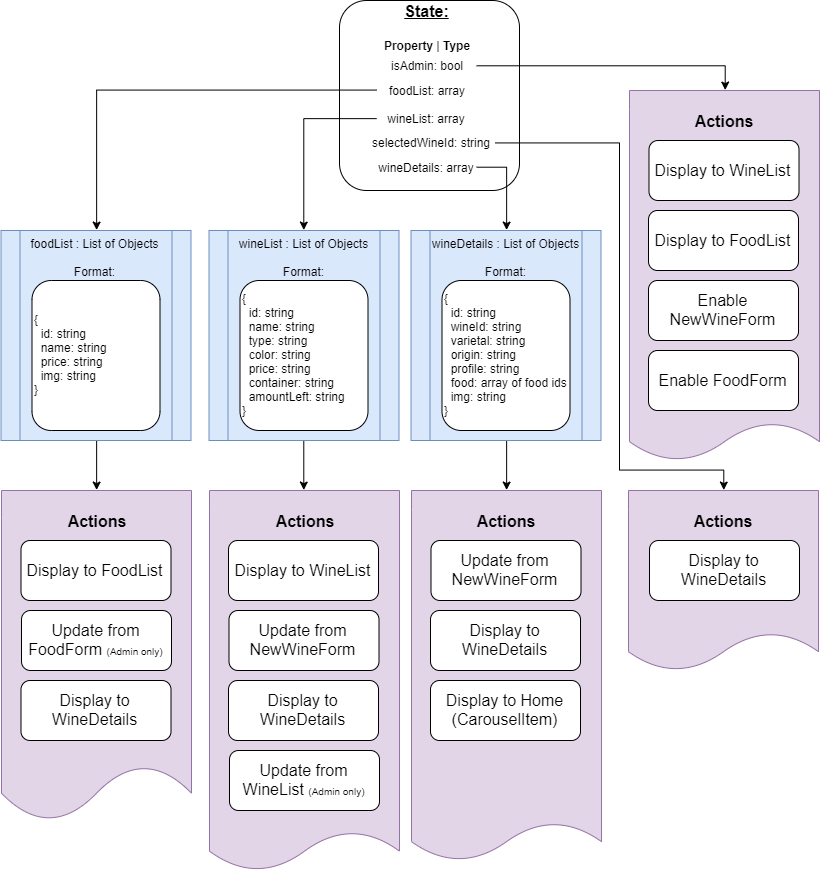
The draw.io diagram src/assets/references/Why-Not-Wine_Data-Structure.png in christinelfrank16/why-not-wine, before a commit. Source tidied: cells renumbered, new cells last; positions are measured from the earlier drawing's top-left corner, leaving out a move shared by most shapes. The source it was exported from:
```xml
<mxGraphModel>
  <root>
    <mxCell id="0" />
    <mxCell id="1" parent="0" />
    <mxCell id="2" style="rounded=1;whiteSpace=wrap;html=1;" parent="1" vertex="1">
      <mxGeometry x="338" width="180" height="190" as="geometry" />
    </mxCell>
    <mxCell id="3" value="State:" style="text;html=1;strokeColor=none;fillColor=none;align=center;verticalAlign=middle;whiteSpace=wrap;rounded=0;fontSize=16;fontStyle=5;" parent="1" vertex="1">
      <mxGeometry x="405" width="40" height="20" as="geometry" />
    </mxCell>
    <mxCell id="4" style="edgeStyle=orthogonalEdgeStyle;rounded=0;jettySize=auto;html=1;exitX=1;exitY=0.5;exitDx=0;exitDy=0;entryX=0.5;entryY=0;entryDx=0;entryDy=0;fontSize=16;" parent="1" edge="1" source="5" target="38">
      <mxGeometry relative="1" as="geometry" />
    </mxCell>
    <mxCell id="5" value="isAdmin: bool" style="text;html=1;strokeColor=none;fillColor=none;align=center;verticalAlign=middle;whiteSpace=wrap;rounded=0;" parent="1" vertex="1">
      <mxGeometry x="375" y="55" width="100" height="20" as="geometry" />
    </mxCell>
    <mxCell id="6" value="&lt;b&gt;Property &lt;/b&gt;| &lt;b&gt;Type&lt;/b&gt;" style="text;html=1;strokeColor=none;fillColor=none;align=center;verticalAlign=middle;whiteSpace=wrap;rounded=0;" parent="1" vertex="1">
      <mxGeometry x="375" y="35" width="100" height="20" as="geometry" />
    </mxCell>
    <mxCell id="7" style="edgeStyle=orthogonalEdgeStyle;rounded=0;jettySize=auto;html=1;exitX=0;exitY=0.5;exitDx=0;exitDy=0;entryX=0.5;entryY=0;entryDx=0;entryDy=0;fontSize=16;" parent="1" edge="1" source="8" target="14">
      <mxGeometry relative="1" as="geometry" />
    </mxCell>
    <mxCell id="8" value="foodList: array" style="text;html=1;strokeColor=none;fillColor=none;align=center;verticalAlign=middle;whiteSpace=wrap;rounded=0;" parent="1" vertex="1">
      <mxGeometry x="375" y="80" width="100" height="20" as="geometry" />
    </mxCell>
    <mxCell id="9" style="edgeStyle=orthogonalEdgeStyle;rounded=0;jettySize=auto;html=1;exitX=0;exitY=0.5;exitDx=0;exitDy=0;entryX=0.5;entryY=0;entryDx=0;entryDy=0;fontSize=16;" parent="1" edge="1" source="10" target="17">
      <mxGeometry relative="1" as="geometry" />
    </mxCell>
    <mxCell id="10" value="wineList: array" style="text;html=1;strokeColor=none;fillColor=none;align=center;verticalAlign=middle;whiteSpace=wrap;rounded=0;" parent="1" vertex="1">
      <mxGeometry x="375" y="107.5" width="100" height="20" as="geometry" />
    </mxCell>
    <mxCell id="11" style="edgeStyle=orthogonalEdgeStyle;rounded=0;jettySize=auto;html=1;exitX=1;exitY=0.5;exitDx=0;exitDy=0;entryX=0.5;entryY=0;entryDx=0;entryDy=0;fontSize=16;" parent="1" edge="1" source="12" target="20">
      <mxGeometry relative="1" as="geometry" />
    </mxCell>
    <mxCell id="12" value="wineDetails: array" style="text;html=1;strokeColor=none;fillColor=none;align=center;verticalAlign=middle;whiteSpace=wrap;rounded=0;" parent="1" vertex="1">
      <mxGeometry x="375" y="157" width="100" height="20" as="geometry" />
    </mxCell>
    <mxCell id="13" style="edgeStyle=orthogonalEdgeStyle;rounded=0;jettySize=auto;html=1;exitX=0.5;exitY=1;exitDx=0;exitDy=0;entryX=0.5;entryY=0;entryDx=0;entryDy=0;fontSize=16;" parent="1" edge="1" source="14" target="22">
      <mxGeometry relative="1" as="geometry" />
    </mxCell>
    <mxCell id="14" value="foodList : List of Objects&lt;br&gt;&lt;br&gt;Format:" style="shape=process;whiteSpace=wrap;html=1;backgroundOutline=1;verticalAlign=top;align=center;fillColor=#dae8fc;strokeColor=#6c8ebf;" parent="1" vertex="1">
      <mxGeometry x="-0.5" y="230" width="190" height="210" as="geometry" />
    </mxCell>
    <mxCell id="15" value="&lt;blockquote style=&quot;margin: 0 0 0 40px ; border: none ; padding: 0px&quot;&gt;&lt;/blockquote&gt;&lt;span&gt;{&lt;/span&gt;&lt;br&gt;&lt;blockquote style=&quot;margin: 0 0 0 40px ; border: none ; padding: 0px&quot;&gt;&lt;/blockquote&gt;&lt;span&gt;&amp;nbsp; id: string&lt;/span&gt;&lt;br&gt;&lt;blockquote style=&quot;margin: 0 0 0 40px ; border: none ; padding: 0px&quot;&gt;&lt;/blockquote&gt;&lt;span&gt;&amp;nbsp; name: string&lt;/span&gt;&lt;br&gt;&lt;blockquote style=&quot;margin: 0 0 0 40px ; border: none ; padding: 0px&quot;&gt;&lt;/blockquote&gt;&lt;span&gt;&amp;nbsp; price: string&lt;/span&gt;&lt;br&gt;&lt;blockquote style=&quot;margin: 0 0 0 40px ; border: none ; padding: 0px&quot;&gt;&lt;/blockquote&gt;&lt;span&gt;&amp;nbsp; img: string&lt;/span&gt;&lt;br&gt;}" style="rounded=1;whiteSpace=wrap;html=1;align=left;" parent="1" vertex="1">
      <mxGeometry x="30.5" y="280" width="128" height="150" as="geometry" />
    </mxCell>
    <mxCell id="16" style="edgeStyle=orthogonalEdgeStyle;rounded=0;jettySize=auto;html=1;exitX=0.5;exitY=1;exitDx=0;exitDy=0;entryX=0.5;entryY=0;entryDx=0;entryDy=0;fontSize=16;" parent="1" edge="1" source="17" target="27">
      <mxGeometry relative="1" as="geometry" />
    </mxCell>
    <mxCell id="17" value="wineList : List of Objects&lt;br&gt;&lt;br&gt;Format:" style="shape=process;whiteSpace=wrap;html=1;backgroundOutline=1;verticalAlign=top;align=center;fillColor=#dae8fc;strokeColor=#6c8ebf;" parent="1" vertex="1">
      <mxGeometry x="207.5" y="230" width="190" height="210" as="geometry" />
    </mxCell>
    <mxCell id="18" value="&lt;blockquote style=&quot;margin: 0 0 0 40px ; border: none ; padding: 0px&quot;&gt;&lt;/blockquote&gt;&lt;span&gt;{&lt;/span&gt;&lt;br&gt;&lt;blockquote style=&quot;margin: 0 0 0 40px ; border: none ; padding: 0px&quot;&gt;&lt;/blockquote&gt;&lt;span&gt;&amp;nbsp; id: string&lt;/span&gt;&lt;br&gt;&amp;nbsp; name: string&lt;br&gt;&amp;nbsp; type:&amp;nbsp;string&lt;blockquote style=&quot;margin: 0 0 0 40px ; border: none ; padding: 0px&quot;&gt;&lt;/blockquote&gt;&lt;span&gt;&amp;nbsp; color:&lt;/span&gt;&amp;nbsp;string&lt;br&gt;&amp;nbsp; price:&amp;nbsp;string&lt;br&gt;&amp;nbsp; container:&amp;nbsp;string&lt;blockquote style=&quot;margin: 0 0 0 40px ; border: none ; padding: 0px&quot;&gt;&lt;/blockquote&gt;&lt;span&gt;&amp;nbsp; amountLeft:&lt;/span&gt;&amp;nbsp;string&lt;br&gt;}" style="rounded=1;whiteSpace=wrap;html=1;align=left;" parent="1" vertex="1">
      <mxGeometry x="238.5" y="280" width="128" height="150" as="geometry" />
    </mxCell>
    <mxCell id="19" style="edgeStyle=orthogonalEdgeStyle;rounded=0;jettySize=auto;html=1;exitX=0.5;exitY=1;exitDx=0;exitDy=0;entryX=0.5;entryY=0;entryDx=0;entryDy=0;fontSize=16;" parent="1" edge="1" source="20" target="33">
      <mxGeometry relative="1" as="geometry" />
    </mxCell>
    <mxCell id="20" value="wineDetails : List of Objects&lt;br&gt;&lt;br&gt;Format:" style="shape=process;whiteSpace=wrap;html=1;backgroundOutline=1;verticalAlign=top;align=center;fillColor=#dae8fc;strokeColor=#6c8ebf;" parent="1" vertex="1">
      <mxGeometry x="409.5" y="230" width="190" height="210" as="geometry" />
    </mxCell>
    <mxCell id="21" value="&lt;blockquote style=&quot;margin: 0 0 0 40px ; border: none ; padding: 0px&quot;&gt;&lt;/blockquote&gt;&lt;span&gt;{&lt;/span&gt;&lt;br&gt;&lt;blockquote style=&quot;margin: 0 0 0 40px ; border: none ; padding: 0px&quot;&gt;&lt;/blockquote&gt;&lt;span&gt;&amp;nbsp; id: string&lt;/span&gt;&lt;br&gt;&amp;nbsp; wineId: string&lt;br&gt;&amp;nbsp; varietal:&amp;nbsp;string&lt;blockquote style=&quot;margin: 0 0 0 40px ; border: none ; padding: 0px&quot;&gt;&lt;/blockquote&gt;&lt;span&gt;&amp;nbsp; origin:&lt;/span&gt;&amp;nbsp;string&lt;br&gt;&amp;nbsp; profile:&amp;nbsp;string&lt;br&gt;&amp;nbsp; food:&amp;nbsp;array of food ids&lt;br&gt;&amp;nbsp; img: string&lt;br&gt;}" style="rounded=1;whiteSpace=wrap;html=1;align=left;" parent="1" vertex="1">
      <mxGeometry x="440.5" y="280" width="128" height="150" as="geometry" />
    </mxCell>
    <mxCell id="22" style="shape=document;whiteSpace=wrap;html=1;boundedLbl=1;fontSize=16;size=0.16521739130434782;fillColor=#e1d5e7;strokeColor=#9673a6;" parent="1" vertex="1">
      <mxGeometry y="490" width="190" height="330" as="geometry" />
    </mxCell>
    <mxCell id="23" value="Display to FoodList" style="rounded=1;whiteSpace=wrap;html=1;fontSize=16;" parent="1" vertex="1">
      <mxGeometry x="19.5" y="540" width="150" height="60" as="geometry" />
    </mxCell>
    <mxCell id="24" value="Actions" style="text;html=1;strokeColor=none;fillColor=none;align=center;verticalAlign=middle;whiteSpace=wrap;rounded=0;fontSize=16;fontStyle=1;" parent="1" vertex="1">
      <mxGeometry x="75" y="510" width="40" height="20" as="geometry" />
    </mxCell>
    <mxCell id="25" value="Update from FoodForm&amp;nbsp;&lt;span style=&quot;font-size: x-small&quot;&gt;(Admin only)&lt;/span&gt;" style="rounded=1;whiteSpace=wrap;html=1;fontSize=16;" parent="1" vertex="1">
      <mxGeometry x="20" y="610" width="150" height="60" as="geometry" />
    </mxCell>
    <mxCell id="26" value="Display to WineDetails" style="rounded=1;whiteSpace=wrap;html=1;fontSize=16;" parent="1" vertex="1">
      <mxGeometry x="19.5" y="680" width="150" height="60" as="geometry" />
    </mxCell>
    <mxCell id="27" style="shape=document;whiteSpace=wrap;html=1;boundedLbl=1;fontSize=16;size=0.10178571428571428;fillColor=#e1d5e7;strokeColor=#9673a6;" parent="1" vertex="1">
      <mxGeometry x="208" y="490" width="190" height="380" as="geometry" />
    </mxCell>
    <mxCell id="28" value="Display to WineList" style="rounded=1;whiteSpace=wrap;html=1;fontSize=16;" parent="1" vertex="1">
      <mxGeometry x="227" y="540" width="150" height="60" as="geometry" />
    </mxCell>
    <mxCell id="29" value="Actions" style="text;html=1;strokeColor=none;fillColor=none;align=center;verticalAlign=middle;whiteSpace=wrap;rounded=0;fontSize=16;fontStyle=1;" parent="1" vertex="1">
      <mxGeometry x="282.5" y="510" width="40" height="20" as="geometry" />
    </mxCell>
    <mxCell id="30" value="Update from NewWineForm" style="rounded=1;whiteSpace=wrap;html=1;fontSize=16;" parent="1" vertex="1">
      <mxGeometry x="227.5" y="610" width="150" height="60" as="geometry" />
    </mxCell>
    <mxCell id="31" value="Display to WineDetails" style="rounded=1;whiteSpace=wrap;html=1;fontSize=16;" parent="1" vertex="1">
      <mxGeometry x="227" y="680" width="150" height="60" as="geometry" />
    </mxCell>
    <mxCell id="32" value="Update from WineList &lt;font size=&quot;1&quot;&gt;(Admin only)&lt;/font&gt;" style="rounded=1;whiteSpace=wrap;html=1;fontSize=16;" parent="1" vertex="1">
      <mxGeometry x="228" y="750" width="150" height="60" as="geometry" />
    </mxCell>
    <mxCell id="33" style="shape=document;whiteSpace=wrap;html=1;boundedLbl=1;fontSize=16;size=0.10178571428571428;fillColor=#e1d5e7;strokeColor=#9673a6;" parent="1" vertex="1">
      <mxGeometry x="410" y="490" width="190" height="370" as="geometry" />
    </mxCell>
    <mxCell id="34" value="Actions" style="text;html=1;strokeColor=none;fillColor=none;align=center;verticalAlign=middle;whiteSpace=wrap;rounded=0;fontSize=16;fontStyle=1;" parent="1" vertex="1">
      <mxGeometry x="484" y="510" width="40" height="20" as="geometry" />
    </mxCell>
    <mxCell id="35" value="Update from NewWineForm" style="rounded=1;whiteSpace=wrap;html=1;fontSize=16;" parent="1" vertex="1">
      <mxGeometry x="429.5" y="540" width="150" height="60" as="geometry" />
    </mxCell>
    <mxCell id="36" value="Display to WineDetails" style="rounded=1;whiteSpace=wrap;html=1;fontSize=16;" parent="1" vertex="1">
      <mxGeometry x="429" y="610" width="150" height="60" as="geometry" />
    </mxCell>
    <mxCell id="37" value="Display to Home (CarouselItem)" style="rounded=1;whiteSpace=wrap;html=1;fontSize=16;" parent="1" vertex="1">
      <mxGeometry x="429" y="680" width="150" height="60" as="geometry" />
    </mxCell>
    <mxCell id="38" style="shape=document;whiteSpace=wrap;html=1;boundedLbl=1;fontSize=16;size=0.10178571428571428;fillColor=#e1d5e7;strokeColor=#9673a6;" parent="1" vertex="1">
      <mxGeometry x="628" y="90" width="190" height="370" as="geometry" />
    </mxCell>
    <mxCell id="39" value="Actions" style="text;html=1;strokeColor=none;fillColor=none;align=center;verticalAlign=middle;whiteSpace=wrap;rounded=0;fontSize=16;fontStyle=1;" parent="1" vertex="1">
      <mxGeometry x="702" y="110" width="40" height="20" as="geometry" />
    </mxCell>
    <mxCell id="40" value="Display to WineList" style="rounded=1;whiteSpace=wrap;html=1;fontSize=16;" parent="1" vertex="1">
      <mxGeometry x="647.5" y="140" width="150" height="60" as="geometry" />
    </mxCell>
    <mxCell id="41" value="Display to FoodList" style="rounded=1;whiteSpace=wrap;html=1;fontSize=16;" parent="1" vertex="1">
      <mxGeometry x="647" y="210" width="150" height="60" as="geometry" />
    </mxCell>
    <mxCell id="42" value="Enable NewWineForm" style="rounded=1;whiteSpace=wrap;html=1;fontSize=16;" parent="1" vertex="1">
      <mxGeometry x="647" y="280" width="150" height="60" as="geometry" />
    </mxCell>
    <mxCell id="43" value="Enable FoodForm" style="rounded=1;whiteSpace=wrap;html=1;fontSize=16;" parent="1" vertex="1">
      <mxGeometry x="647" y="350" width="150" height="60" as="geometry" />
    </mxCell>
    <mxCell id="44" style="edgeStyle=orthogonalEdgeStyle;rounded=0;jettySize=auto;html=1;exitX=1;exitY=0.5;exitDx=0;exitDy=0;entryX=0.5;entryY=0;entryDx=0;entryDy=0;fontSize=16;" parent="1" edge="1" source="45" target="46">
      <mxGeometry relative="1" as="geometry">
        <Array as="points">
          <mxPoint x="618" y="142" />
          <mxPoint x="618" y="470" />
          <mxPoint x="722" y="470" />
        </Array>
      </mxGeometry>
    </mxCell>
    <mxCell id="45" value="selectedWineId: string" style="text;html=1;strokeColor=none;fillColor=none;align=center;verticalAlign=middle;whiteSpace=wrap;rounded=0;" parent="1" vertex="1">
      <mxGeometry x="364" y="132" width="130" height="20" as="geometry" />
    </mxCell>
    <mxCell id="46" style="shape=document;whiteSpace=wrap;html=1;boundedLbl=1;fontSize=16;size=0.20873015873015738;fillColor=#e1d5e7;strokeColor=#9673a6;" parent="1" vertex="1">
      <mxGeometry x="627" y="490" width="190" height="180" as="geometry" />
    </mxCell>
    <mxCell id="47" value="Actions" style="text;html=1;strokeColor=none;fillColor=none;align=center;verticalAlign=middle;whiteSpace=wrap;rounded=0;fontSize=16;fontStyle=1;" parent="1" vertex="1">
      <mxGeometry x="701" y="510" width="40" height="20" as="geometry" />
    </mxCell>
    <mxCell id="48" value="Display to WineDetails" style="rounded=1;whiteSpace=wrap;html=1;fontSize=16;" parent="1" vertex="1">
      <mxGeometry x="648" y="540" width="150" height="60" as="geometry" />
    </mxCell>
  </root>
</mxGraphModel>
```
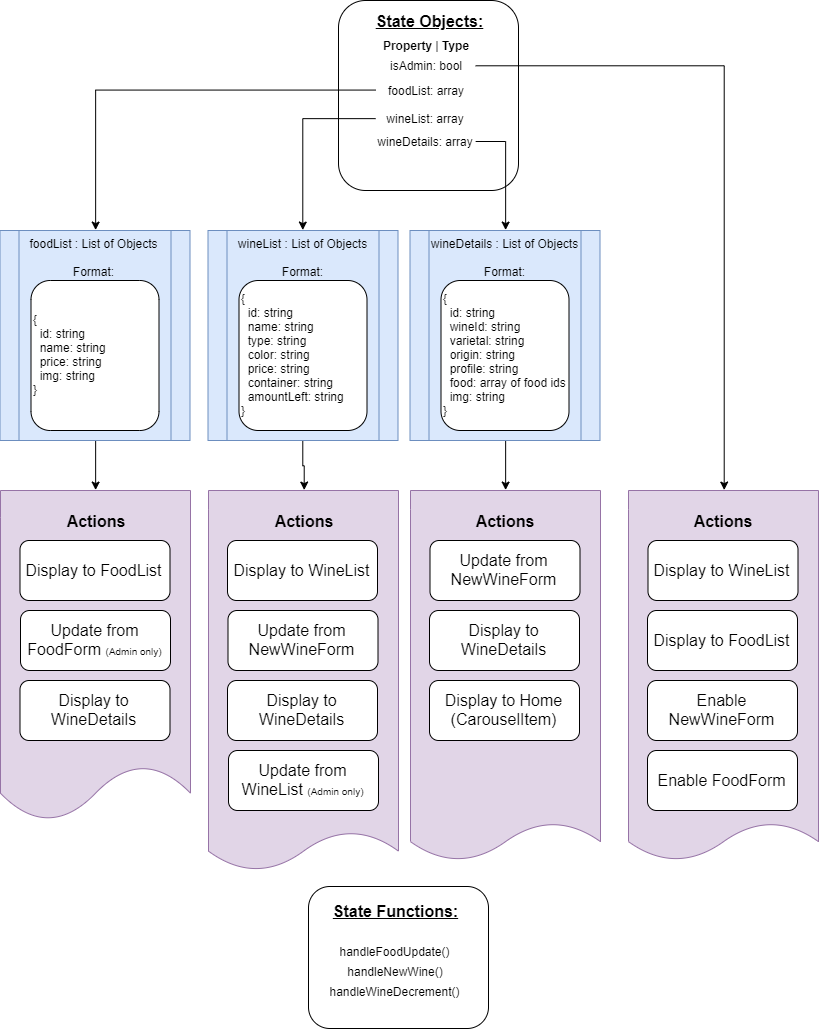
The same file after the commit.

Commit message:
Add indicators where state slices will be used in route structure image. Remove unnecessary selectedwineid prop from data structure img.

What changed in the source:
```diff
@@ -5,8 +5,8 @@
     <mxCell id="2" style="rounded=1;whiteSpace=wrap;html=1;" parent="1" vertex="1">
       <mxGeometry x="338" width="180" height="190" as="geometry" />
     </mxCell>
-    <mxCell id="3" value="State:" style="text;html=1;strokeColor=none;fillColor=none;align=center;verticalAlign=middle;whiteSpace=wrap;rounded=0;fontSize=16;fontStyle=5;" parent="1" vertex="1">
-      <mxGeometry x="405" width="40" height="20" as="geometry" />
+    <mxCell id="3" value="State Objects:" style="text;html=1;strokeColor=none;fillColor=none;align=center;verticalAlign=middle;whiteSpace=wrap;rounded=0;fontSize=16;fontStyle=5;" parent="1" vertex="1">
+      <mxGeometry x="365.5" y="10" width="125" height="20" as="geometry" />
     </mxCell>
     <mxCell id="4" style="edgeStyle=orthogonalEdgeStyle;rounded=0;jettySize=auto;html=1;exitX=1;exitY=0.5;exitDx=0;exitDy=0;entryX=0.5;entryY=0;entryDx=0;entryDy=0;fontSize=16;" parent="1" edge="1" source="5" target="38">
       <mxGeometry relative="1" as="geometry" />
@@ -33,7 +33,7 @@
       <mxGeometry relative="1" as="geometry" />
     </mxCell>
     <mxCell id="12" value="wineDetails: array" style="text;html=1;strokeColor=none;fillColor=none;align=center;verticalAlign=middle;whiteSpace=wrap;rounded=0;" parent="1" vertex="1">
-      <mxGeometry x="375" y="157" width="100" height="20" as="geometry" />
+      <mxGeometry x="375" y="131" width="100" height="20" as="geometry" />
     </mxCell>
     <mxCell id="13" style="edgeStyle=orthogonalEdgeStyle;rounded=0;jettySize=auto;html=1;exitX=0.5;exitY=1;exitDx=0;exitDy=0;entryX=0.5;entryY=0;entryDx=0;entryDy=0;fontSize=16;" parent="1" edge="1" source="14" target="22">
       <mxGeometry relative="1" as="geometry" />
@@ -111,43 +111,37 @@
       <mxGeometry x="429" y="680" width="150" height="60" as="geometry" />
     </mxCell>
     <mxCell id="38" style="shape=document;whiteSpace=wrap;html=1;boundedLbl=1;fontSize=16;size=0.10178571428571428;fillColor=#e1d5e7;strokeColor=#9673a6;" parent="1" vertex="1">
-      <mxGeometry x="628" y="90" width="190" height="370" as="geometry" />
+      <mxGeometry x="628" y="490" width="190" height="370" as="geometry" />
     </mxCell>
     <mxCell id="39" value="Actions" style="text;html=1;strokeColor=none;fillColor=none;align=center;verticalAlign=middle;whiteSpace=wrap;rounded=0;fontSize=16;fontStyle=1;" parent="1" vertex="1">
-      <mxGeometry x="702" y="110" width="40" height="20" as="geometry" />
+      <mxGeometry x="702" y="510" width="40" height="20" as="geometry" />
     </mxCell>
     <mxCell id="40" value="Display to WineList" style="rounded=1;whiteSpace=wrap;html=1;fontSize=16;" parent="1" vertex="1">
-      <mxGeometry x="647.5" y="140" width="150" height="60" as="geometry" />
+      <mxGeometry x="647.5" y="540" width="150" height="60" as="geometry" />
     </mxCell>
     <mxCell id="41" value="Display to FoodList" style="rounded=1;whiteSpace=wrap;html=1;fontSize=16;" parent="1" vertex="1">
-      <mxGeometry x="647" y="210" width="150" height="60" as="geometry" />
+      <mxGeometry x="647" y="610" width="150" height="60" as="geometry" />
     </mxCell>
     <mxCell id="42" value="Enable NewWineForm" style="rounded=1;whiteSpace=wrap;html=1;fontSize=16;" parent="1" vertex="1">
-      <mxGeometry x="647" y="280" width="150" height="60" as="geometry" />
+      <mxGeometry x="647" y="680" width="150" height="60" as="geometry" />
     </mxCell>
     <mxCell id="43" value="Enable FoodForm" style="rounded=1;whiteSpace=wrap;html=1;fontSize=16;" parent="1" vertex="1">
-      <mxGeometry x="647" y="350" width="150" height="60" as="geometry" />
+      <mxGeometry x="647" y="750" width="150" height="60" as="geometry" />
     </mxCell>
-    <mxCell id="44" style="edgeStyle=orthogonalEdgeStyle;rounded=0;jettySize=auto;html=1;exitX=1;exitY=0.5;exitDx=0;exitDy=0;entryX=0.5;entryY=0;entryDx=0;entryDy=0;fontSize=16;" parent="1" edge="1" source="45" target="46">
-      <mxGeometry relative="1" as="geometry">
-        <Array as="points">
-          <mxPoint x="618" y="142" />
-          <mxPoint x="618" y="470" />
-          <mxPoint x="722" y="470" />
-        </Array>
-      </mxGeometry>
-    </mxCell>
-    <mxCell id="45" value="selectedWineId: string" style="text;html=1;strokeColor=none;fillColor=none;align=center;verticalAlign=middle;whiteSpace=wrap;rounded=0;" parent="1" vertex="1">
-      <mxGeometry x="364" y="132" width="130" height="20" as="geometry" />
-    </mxCell>
-    <mxCell id="46" style="shape=document;whiteSpace=wrap;html=1;boundedLbl=1;fontSize=16;size=0.20873015873015738;fillColor=#e1d5e7;strokeColor=#9673a6;" parent="1" vertex="1">
-      <mxGeometry x="627" y="490" width="190" height="180" as="geometry" />
-    </mxCell>
-    <mxCell id="47" value="Actions" style="text;html=1;strokeColor=none;fillColor=none;align=center;verticalAlign=middle;whiteSpace=wrap;rounded=0;fontSize=16;fontStyle=1;" parent="1" vertex="1">
-      <mxGeometry x="701" y="510" width="40" height="20" as="geometry" />
-    </mxCell>
-    <mxCell id="48" value="Display to WineDetails" style="rounded=1;whiteSpace=wrap;html=1;fontSize=16;" parent="1" vertex="1">
-      <mxGeometry x="648" y="540" width="150" height="60" as="geometry" />
-    </mxCell>
+    <mxCell id="49" style="rounded=1;whiteSpace=wrap;html=1;" parent="1" vertex="1">
+      <mxGeometry x="308" y="886" width="180" height="142" as="geometry" />
+    </mxCell>
+    <mxCell id="50" value="State Functions:" style="text;html=1;strokeColor=none;fillColor=none;align=center;verticalAlign=middle;whiteSpace=wrap;rounded=0;fontSize=16;fontStyle=5;" parent="1" vertex="1">
+      <mxGeometry x="323" y="900" width="143" height="20" as="geometry" />
+    </mxCell>
+    <mxCell id="51" value="handleFoodUpdate()" style="text;html=1;strokeColor=none;fillColor=none;align=center;verticalAlign=middle;whiteSpace=wrap;rounded=0;" parent="1" vertex="1">
+      <mxGeometry x="344.5" y="941" width="100" height="20" as="geometry" />
+    </mxCell>
+    <mxCell id="52" value="handleNewWine()" style="text;html=1;strokeColor=none;fillColor=none;align=center;verticalAlign=middle;whiteSpace=wrap;rounded=0;" parent="1" vertex="1">
+      <mxGeometry x="344.5" y="961" width="100" height="20" as="geometry" />
+    </mxCell>
+    <mxCell id="53" value="handleWineDecrement()" style="text;html=1;strokeColor=none;fillColor=none;align=center;verticalAlign=middle;whiteSpace=wrap;rounded=0;" parent="1" vertex="1">
+      <mxGeometry x="344.5" y="981" width="100" height="20" as="geometry" />
+    </mxCell>
   </root>
 </mxGraphModel>
```
